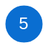
Above: docs/knative-eventing-mesh/assets/eventing-mesh-flow.svg in kyma-project/kyma (draw.io), before the change. Source tidied: cells renumbered, new cells last; positions are measured from the earlier drawing's top-left corner, leaving out a move shared by most shapes.
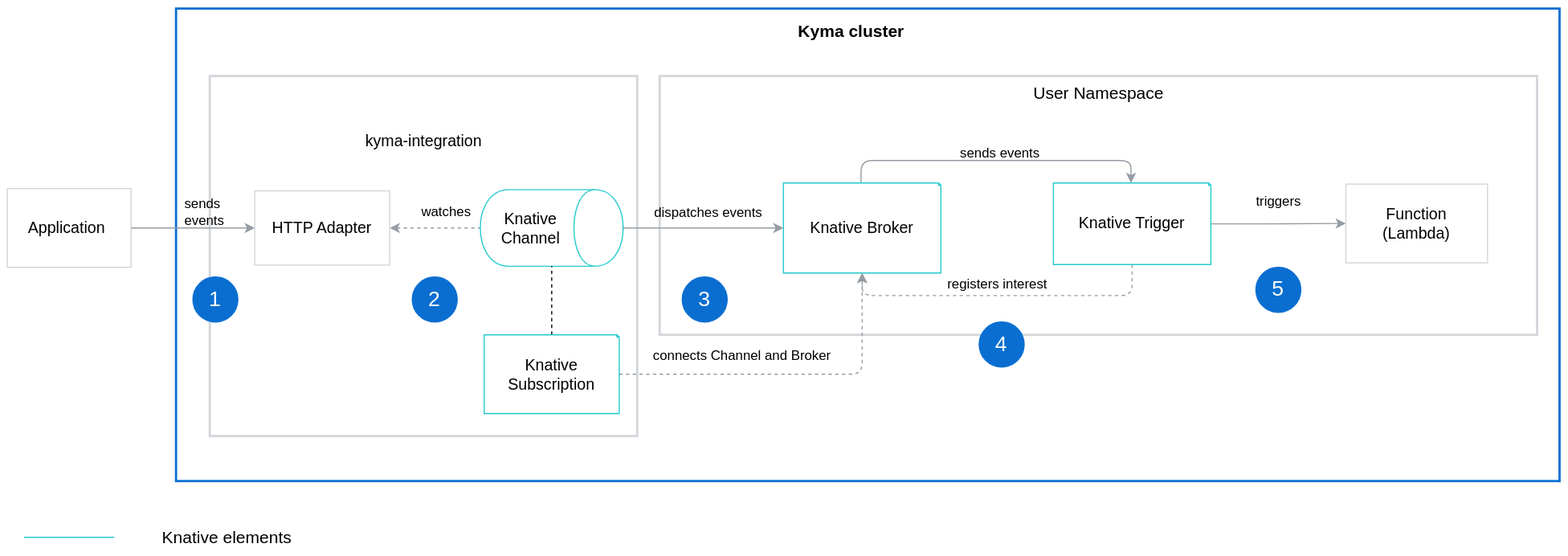
The same file after the commit.

The edit, as a diff of the source:
```diff
@@ -2,8 +2,115 @@
   <root>
     <mxCell id="0" />
     <mxCell id="1" parent="0" />
-    <mxCell id="2" value="&lt;font color=&quot;#ffffff&quot;&gt;&lt;span style=&quot;font-size: 19px&quot;&gt;5&lt;/span&gt;&lt;/font&gt;" style="ellipse;whiteSpace=wrap;html=1;strokeColor=#0A6ED1;fillColor=#0A6ED1;" parent="1" vertex="1">
-      <mxGeometry width="40" height="40" as="geometry" />
+    <mxCell id="2" style="group;fillColor=none;strokeColor=#D2D5D9;strokeWidth=2;" parent="1" vertex="1">
+      <mxGeometry width="780" height="230" as="geometry" />
     </mxCell>
+    <mxCell id="3" value="&lt;font style=&quot;font-size: 14px;&quot;&gt;&lt;br style=&quot;font-size: 14px;&quot;&gt;&lt;font style=&quot;font-size: 14px;&quot;&gt;Application&lt;/font&gt;&lt;/font&gt;&lt;font style=&quot;font-size: 14px;&quot;&gt;&amp;nbsp;&lt;br style=&quot;font-size: 14px;&quot;&gt;&lt;br style=&quot;font-size: 14px;&quot;&gt;&lt;/font&gt;" style="rounded=0;whiteSpace=wrap;html=1;strokeColor=#D2D5D9;strokeWidth=1;fillColor=#ffffff;verticalAlign=middle;fontSize=14;" parent="1" vertex="1">
+      <mxGeometry x="-580" y="100" width="110" height="70" as="geometry" />
+    </mxCell>
+    <mxCell id="4" value="&lt;font style=&quot;font-size: 15px;&quot;&gt;User Namespace&lt;/font&gt;" style="text;html=1;strokeColor=none;fillColor=none;align=center;verticalAlign=middle;whiteSpace=wrap;rounded=0;fontSize=15;" parent="1" vertex="1">
+      <mxGeometry x="303.5" y="10" width="173" height="9.5" as="geometry" />
+    </mxCell>
+    <mxCell id="5" value="&lt;span style=&quot;font-size: 14px;&quot;&gt;Function&lt;br style=&quot;font-size: 14px;&quot;&gt;(Lambda)&lt;br style=&quot;font-size: 14px;&quot;&gt;&lt;/span&gt;" style="rounded=0;whiteSpace=wrap;html=1;strokeColor=#D2D5D9;strokeWidth=1;fillColor=#ffffff;direction=south;fontSize=14;" parent="1" vertex="1">
+      <mxGeometry x="610" y="96.1" width="126" height="70" as="geometry" />
+    </mxCell>
+    <mxCell id="6" style="group;fillColor=none;strokeColor=#D2D5D9;strokeWidth=2;verticalAlign=top;" parent="1" vertex="1">
+      <mxGeometry x="-400" width="380" height="320" as="geometry" />
+    </mxCell>
+    <mxCell id="7" value="&lt;font style=&quot;font-size: 14px&quot;&gt;kyma-integration&lt;/font&gt;" style="text;html=1;align=center;verticalAlign=middle;" parent="1" vertex="1">
+      <mxGeometry x="-270" y="47.5" width="120" height="20" as="geometry" />
+    </mxCell>
+    <mxCell id="8" style="group;fillColor=none;strokeColor=#0A6ED1;strokeWidth=2;verticalAlign=top;" parent="1" vertex="1">
+      <mxGeometry x="-430" y="-60" width="1230" height="420" as="geometry" />
+    </mxCell>
+    <mxCell id="9" value="&lt;font color=&quot;#000000&quot; style=&quot;font-size: 15px;&quot;&gt;&lt;b style=&quot;font-size: 15px;&quot;&gt;Kyma cluster&lt;/b&gt;&lt;/font&gt;" style="text;html=1;align=center;verticalAlign=middle;fontColor=#D2D5D9;fontSize=15;" parent="1" vertex="1">
+      <mxGeometry x="115" y="-50" width="110" height="20" as="geometry" />
+    </mxCell>
+    <mxCell id="10" style="edgeStyle=orthogonalEdgeStyle;rounded=0;jettySize=auto;html=1;strokeColor=#959CA4;endArrow=none;endFill=0;startArrow=classic;startFill=1;dashed=1;" parent="1" edge="1" source="11" target="14">
+      <mxGeometry relative="1" as="geometry" />
+    </mxCell>
+    <mxCell id="11" value="&lt;font style=&quot;font-size: 14px;&quot;&gt;&lt;font style=&quot;font-size: 14px;&quot;&gt;HTTP Adapter&lt;/font&gt;&lt;br style=&quot;font-size: 14px;&quot;&gt;&lt;/font&gt;" style="rounded=0;whiteSpace=wrap;html=1;strokeColor=#D2D5D9;labelBackgroundColor=none;fillColor=none;strokeWidth=1;fontSize=14;" parent="1" vertex="1">
+      <mxGeometry x="-360" y="102.1" width="120" height="66" as="geometry" />
+    </mxCell>
+    <mxCell id="12" style="edgeStyle=orthogonalEdgeStyle;rounded=1;jettySize=auto;html=1;exitX=1;exitY=0.5;exitDx=0;exitDy=0;entryX=0;entryY=0.5;entryDx=0;entryDy=0;strokeColor=#959CA4;fontColor=#D2D5D9;" parent="1" edge="1" source="3" target="11">
+      <mxGeometry relative="1" as="geometry" />
+    </mxCell>
+    <mxCell id="13" style="edgeStyle=orthogonalEdgeStyle;rounded=0;jettySize=auto;html=1;entryX=0;entryY=0.5;entryDx=0;entryDy=0;strokeColor=#959CA4;entryPerimeter=0;" parent="1" edge="1" source="14" target="25">
+      <mxGeometry relative="1" as="geometry" />
+    </mxCell>
+    <mxCell id="14" value="&lt;font style=&quot;font-size: 14px;&quot;&gt;Knative Channel&lt;/font&gt;" style="shape=cylinder;whiteSpace=wrap;html=1;boundedLbl=1;backgroundOutline=1;rotation=90;horizontal=0;strokeColor=#24CACC;fillColor=none;fontSize=14;" parent="1" vertex="1">
+      <mxGeometry x="-130" y="71.6" width="68" height="127" as="geometry" />
+    </mxCell>
+    <mxCell id="15" value="sends&amp;nbsp;&lt;br&gt;events" style="text;html=1;align=center;verticalAlign=middle;" parent="1" vertex="1">
+      <mxGeometry x="-430" y="106" width="50" height="30" as="geometry" />
+    </mxCell>
+    <mxCell id="16" value="watches" style="text;html=1;align=center;verticalAlign=middle;" parent="1" vertex="1">
+      <mxGeometry x="-220" y="111" width="60" height="20" as="geometry" />
+    </mxCell>
+    <mxCell id="17" value="dispatches events" style="text;html=1;align=center;verticalAlign=middle;" parent="1" vertex="1">
+      <mxGeometry x="-12" y="112.1" width="110" height="20" as="geometry" />
+    </mxCell>
+    <mxCell id="18" value="&lt;font color=&quot;#ffffff&quot; style=&quot;font-size: 19px&quot;&gt;1&lt;/font&gt;" style="ellipse;whiteSpace=wrap;html=1;strokeColor=#0A6ED1;fillColor=#0A6ED1;" parent="1" vertex="1">
+      <mxGeometry x="-415" y="178.6" width="40" height="40" as="geometry" />
+    </mxCell>
+    <mxCell id="19" value="&lt;font color=&quot;#ffffff&quot; style=&quot;font-size: 19px&quot;&gt;2&lt;/font&gt;&lt;span style=&quot;color: rgba(0 , 0 , 0 , 0) ; font-family: monospace ; font-size: 0px ; white-space: nowrap&quot;&gt;%3CmxGraphModel%3E%3Croot%3E%3CmxCell%20id%3D%220%22%2F%3E%3CmxCell%20id%3D%221%22%20parent%3D%220%22%2F%3E%3CmxCell%20id%3D%222%22%20value%3D%22%26lt%3Bfont%20color%3D%26quot%3B%23ffffff%26quot%3B%20style%3D%26quot%3Bfont-size%3A%2019px%26quot%3B%26gt%3B1%26lt%3B%2Ffont%26gt%3B%22%20style%3D%22ellipse%3BwhiteSpace%3Dwrap%3Bhtml%3D1%3BstrokeColor%3D%230A6ED1%3BfillColor%3D%230A6ED1%3B%22%20vertex%3D%221%22%20parent%3D%221%22%3E%3CmxGeometry%20x%3D%22185%22%20y%3D%22220%22%20width%3D%2240%22%20height%3D%2240%22%20as%3D%22geometry%22%2F%3E%3C%2FmxCell%3E%3C%2Froot%3E%3C%2FmxGraphModel%3E&lt;/span&gt;" style="ellipse;whiteSpace=wrap;html=1;strokeColor=#0A6ED1;fillColor=#0A6ED1;" parent="1" vertex="1">
+      <mxGeometry x="-220" y="178.6" width="40" height="40" as="geometry" />
+    </mxCell>
+    <mxCell id="20" value="&lt;font color=&quot;#ffffff&quot;&gt;&lt;span style=&quot;font-size: 19px&quot;&gt;4&lt;/span&gt;&lt;/font&gt;" style="ellipse;whiteSpace=wrap;html=1;strokeColor=#0A6ED1;fillColor=#0A6ED1;" parent="1" vertex="1">
+      <mxGeometry x="284" y="218.6" width="40" height="40" as="geometry" />
+    </mxCell>
+    <mxCell id="21" style="edgeStyle=orthogonalEdgeStyle;rounded=1;jettySize=auto;html=1;entryX=0.5;entryY=1;entryDx=0;entryDy=0;startArrow=none;startFill=0;endArrow=classic;endFill=1;strokeColor=#959CA4;" parent="1" edge="1" source="23" target="5">
+      <mxGeometry relative="1" as="geometry" />
+    </mxCell>
+    <mxCell id="22" style="edgeStyle=orthogonalEdgeStyle;rounded=1;jettySize=auto;html=1;entryX=0.5;entryY=1;entryDx=0;entryDy=0;entryPerimeter=0;dashed=1;endArrow=classic;endFill=1;strokeColor=#959CA4;exitX=0.5;exitY=1;exitDx=0;exitDy=0;exitPerimeter=0;" parent="1" edge="1" source="23" target="25">
+      <mxGeometry relative="1" as="geometry" />
+    </mxCell>
+    <mxCell id="23" value="&lt;font style=&quot;font-size: 14px;&quot;&gt;Knative Trigger&lt;/font&gt;" style="shape=note;whiteSpace=wrap;html=1;backgroundOutline=1;darkOpacity=0.05;strokeColor=#24CACC;fillColor=#FFFFFF;gradientColor=none;size=2;fontSize=14;" parent="1" vertex="1">
+      <mxGeometry x="350" y="95.1" width="140" height="72.5" as="geometry" />
+    </mxCell>
+    <mxCell id="24" style="edgeStyle=orthogonalEdgeStyle;rounded=1;jettySize=auto;html=1;entryX=0;entryY=0;entryDx=69;entryDy=0;entryPerimeter=0;endArrow=classic;endFill=1;strokeColor=#959CA4;exitX=0;exitY=0;exitDx=69;exitDy=0;exitPerimeter=0;startArrow=none;startFill=0;" parent="1" edge="1" source="25" target="23">
+      <mxGeometry relative="1" as="geometry" />
+    </mxCell>
+    <mxCell id="25" value="&lt;font style=&quot;font-size: 14px;&quot;&gt;Knative Broker&lt;/font&gt;" style="shape=note;whiteSpace=wrap;html=1;backgroundOutline=1;darkOpacity=0.05;strokeColor=#24CACC;fillColor=#FFFFFF;gradientColor=none;size=2;fontSize=14;" parent="1" vertex="1">
+      <mxGeometry x="110" y="95.1" width="140" height="80" as="geometry" />
+    </mxCell>
+    <mxCell id="26" value="&lt;font color=&quot;#ffffff&quot;&gt;&lt;span style=&quot;font-size: 19px&quot;&gt;3&lt;/span&gt;&lt;/font&gt;" style="ellipse;whiteSpace=wrap;html=1;strokeColor=#0A6ED1;fillColor=#0A6ED1;" parent="1" vertex="1">
+      <mxGeometry x="20" y="178.6" width="40" height="40" as="geometry" />
+    </mxCell>
+    <mxCell id="27" style="edgeStyle=orthogonalEdgeStyle;rounded=0;jettySize=auto;html=1;entryX=1;entryY=0.5;entryDx=0;entryDy=0;endArrow=none;endFill=0;dashed=1;" parent="1" edge="1" source="29" target="14">
+      <mxGeometry relative="1" as="geometry" />
+    </mxCell>
+    <mxCell id="28" style="edgeStyle=orthogonalEdgeStyle;rounded=1;jettySize=auto;html=1;strokeColor=#959CA4;dashed=1;" parent="1" edge="1" source="29">
+      <mxGeometry relative="1" as="geometry">
+        <mxPoint x="180" y="175" as="targetPoint" />
+      </mxGeometry>
+    </mxCell>
+    <mxCell id="29" value="&lt;font style=&quot;font-size: 14px;&quot;&gt;Knative Subscription&lt;/font&gt;" style="shape=note;whiteSpace=wrap;html=1;backgroundOutline=1;darkOpacity=0.05;strokeColor=#24CACC;fillColor=#FFFFFF;gradientColor=none;size=2;fontSize=14;" parent="1" vertex="1">
+      <mxGeometry x="-156" y="230" width="120" height="70" as="geometry" />
+    </mxCell>
+    <mxCell id="30" value="&lt;font color=&quot;#ffffff&quot;&gt;&lt;span style=&quot;font-size: 19px&quot;&gt;5&lt;/span&gt;&lt;/font&gt;" style="ellipse;whiteSpace=wrap;html=1;strokeColor=#0A6ED1;fillColor=#0A6ED1;" parent="1" vertex="1">
+      <mxGeometry x="530" y="170" width="40" height="40" as="geometry" />
+    </mxCell>
+    <mxCell id="31" value="triggers" style="text;html=1;align=center;verticalAlign=middle;" parent="1" vertex="1">
+      <mxGeometry x="520" y="102.1" width="60" height="20" as="geometry" />
+    </mxCell>
+    <mxCell id="32" value="connects Channel and Broker" style="text;html=1;align=center;verticalAlign=middle;" parent="1" vertex="1">
+      <mxGeometry x="-12" y="238.6" width="170" height="20" as="geometry" />
+    </mxCell>
+    <mxCell id="33" value="registers interest" style="text;html=1;align=center;verticalAlign=middle;" parent="1" vertex="1">
+      <mxGeometry x="250" y="175.1" width="100" height="20" as="geometry" />
+    </mxCell>
+    <mxCell id="34" value="sends events&amp;nbsp;" style="text;html=1;align=center;verticalAlign=middle;" parent="1" vertex="1">
+      <mxGeometry x="259" y="59" width="90" height="20" as="geometry" />
+    </mxCell>
+    <mxCell id="35" style="endArrow=none;html=1;strokeColor=#24CACC;" parent="1" edge="1">
+      <mxGeometry relative="1" as="geometry">
+        <mxPoint x="-565" y="410" as="sourcePoint" />
+        <mxPoint x="-485" y="410" as="targetPoint" />
+      </mxGeometry>
+    </mxCell>
+    <mxCell id="36" value="Knative elements" style="text;html=1;align=center;verticalAlign=middle;fontSize=15;" parent="1" vertex="1">
+      <mxGeometry x="-450" y="400" width="130" height="20" as="geometry" />
+    </mxCell>
   </root>
 </mxGraphModel>
```
